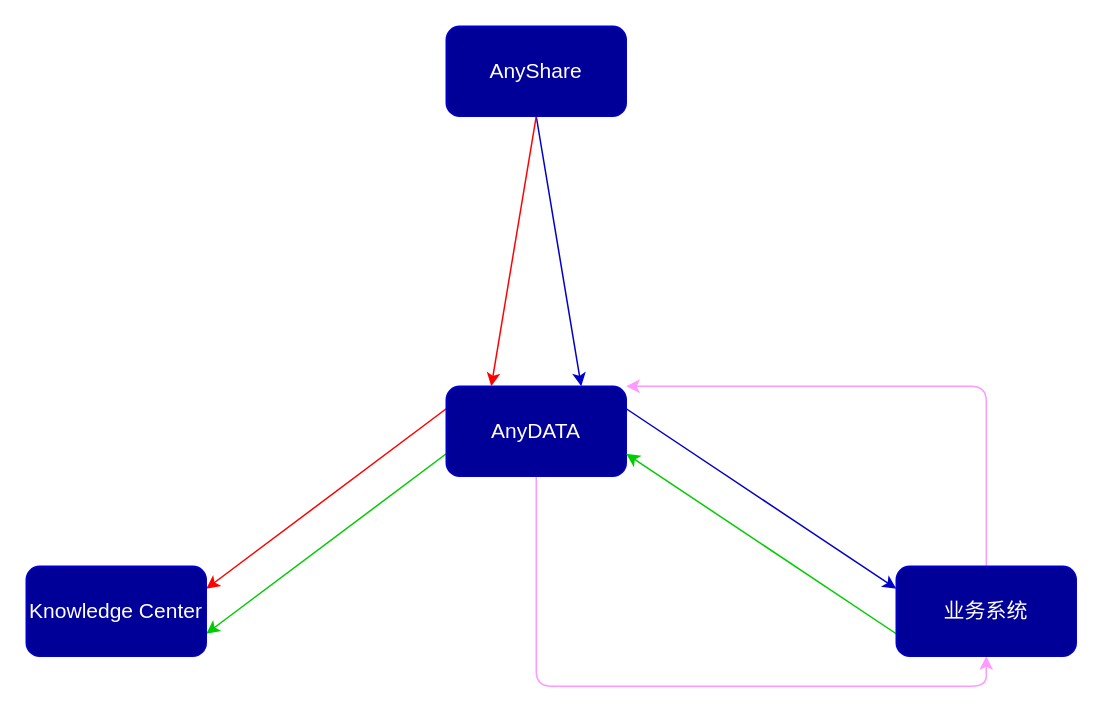
The draw.io diagram 未命名绘图.drawio.xml in Musk-Mxy/Mxy, before the edit. Source tidied: cells renumbered, new cells numbered last; positions are measured from the earlier drawing's top-left corner, leaving out a move shared by most shapes. Both pictures are drawn from the tidied source at 150%, with x=0, y=0 at pixel (26, 26).
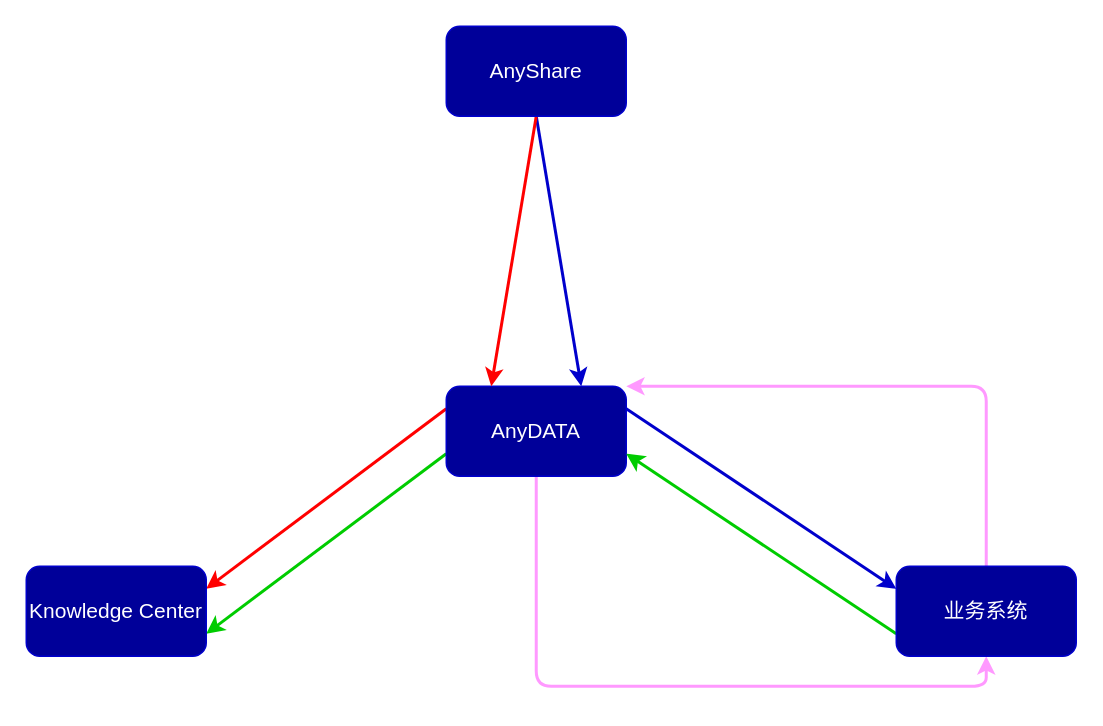
The same diagram, later.

Commit message:
更新未命名绘图.drawio.xml

Change to the diagram source:
```diff
@@
 <mxGraphModel>
   <root>
     <mxCell id="0" />
     <mxCell id="1" parent="0" />
-    <mxCell id="2" style="edgeStyle=none;rounded=1;jettySize=auto;html=1;exitX=0;exitY=0.25;exitDx=0;exitDy=0;entryX=1;entryY=0.25;entryDx=0;entryDy=0;strokeColor=#FF0000;" parent="1" edge="1" source="6" target="10">
+    <mxCell id="2" style="edgeStyle=none;rounded=1;jettySize=auto;html=1;exitX=0;exitY=0.25;exitDx=0;exitDy=0;entryX=1;entryY=0.25;entryDx=0;entryDy=0;strokeColor=#FF0000;strokeWidth=2;" parent="1" edge="1" source="6" target="10">
       <mxGeometry relative="1" as="geometry" />
     </mxCell>
-    <mxCell id="3" style="edgeStyle=none;rounded=1;jettySize=auto;html=1;exitX=1;exitY=0.25;exitDx=0;exitDy=0;entryX=0;entryY=0.25;entryDx=0;entryDy=0;strokeColor=#0000CC;" parent="1" edge="1" source="6" target="13">
+    <mxCell id="3" style="edgeStyle=none;rounded=1;jettySize=auto;html=1;exitX=1;exitY=0.25;exitDx=0;exitDy=0;entryX=0;entryY=0.25;entryDx=0;entryDy=0;strokeColor=#0000CC;strokeWidth=2;" parent="1" edge="1" source="6" target="13">
       <mxGeometry relative="1" as="geometry" />
     </mxCell>
-    <mxCell id="4" style="edgeStyle=none;rounded=1;jettySize=auto;html=1;exitX=0;exitY=0.75;exitDx=0;exitDy=0;entryX=1;entryY=0.75;entryDx=0;entryDy=0;shadow=0;fontSize=14;fontColor=#FFFFFF;strokeColor=#00CC00;strokeWidth=1;" parent="1" edge="1" source="6" target="10">
+    <mxCell id="4" style="edgeStyle=none;rounded=1;jettySize=auto;html=1;exitX=0;exitY=0.75;exitDx=0;exitDy=0;entryX=1;entryY=0.75;entryDx=0;entryDy=0;shadow=0;fontSize=14;fontColor=#FFFFFF;strokeColor=#00CC00;strokeWidth=2;" parent="1" edge="1" source="6" target="10">
       <mxGeometry relative="1" as="geometry" />
     </mxCell>
-    <mxCell id="5" style="edgeStyle=orthogonalEdgeStyle;rounded=1;jettySize=auto;html=1;exitX=0.5;exitY=1;exitDx=0;exitDy=0;entryX=0.5;entryY=1;entryDx=0;entryDy=0;shadow=0;fontSize=14;fontColor=#FFFFFF;strokeColor=#FF99FF;strokeWidth=1;" parent="1" edge="1" source="6" target="13">
+    <mxCell id="5" style="edgeStyle=orthogonalEdgeStyle;rounded=1;jettySize=auto;html=1;exitX=0.5;exitY=1;exitDx=0;exitDy=0;entryX=0.5;entryY=1;entryDx=0;entryDy=0;shadow=0;fontSize=14;fontColor=#FFFFFF;strokeColor=#FF99FF;strokeWidth=2;" parent="1" edge="1" source="6" target="13">
       <mxGeometry relative="1" as="geometry" />
     </mxCell>
     <mxCell id="6" value="AnyDATA" style="rounded=1;whiteSpace=wrap;html=1;strokeColor=#0000CC;fillColor=#000099;fontColor=#FFFFFF;fontSize=14;" parent="1" vertex="1">
       <mxGeometry x="280" y="240" width="120" height="60" as="geometry" />
     </mxCell>
-    <mxCell id="7" style="edgeStyle=none;rounded=1;jettySize=auto;html=1;exitX=0.5;exitY=1;exitDx=0;exitDy=0;entryX=0.75;entryY=0;entryDx=0;entryDy=0;strokeColor=#0000CC;" parent="1" edge="1" source="9" target="6">
+    <mxCell id="7" style="edgeStyle=none;rounded=1;jettySize=auto;html=1;exitX=0.5;exitY=1;exitDx=0;exitDy=0;entryX=0.75;entryY=0;entryDx=0;entryDy=0;strokeColor=#0000CC;strokeWidth=2;" parent="1" edge="1" source="9" target="6">
       <mxGeometry relative="1" as="geometry" />
     </mxCell>
-    <mxCell id="8" style="edgeStyle=none;rounded=1;jettySize=auto;html=1;exitX=0.5;exitY=1;exitDx=0;exitDy=0;entryX=0.25;entryY=0;entryDx=0;entryDy=0;shadow=0;fontSize=14;fontColor=#FFFFFF;strokeColor=#FF0000;strokeWidth=1;" parent="1" edge="1" source="9" target="6">
+    <mxCell id="8" style="edgeStyle=none;rounded=1;jettySize=auto;html=1;exitX=0.5;exitY=1;exitDx=0;exitDy=0;entryX=0.25;entryY=0;entryDx=0;entryDy=0;shadow=0;fontSize=14;fontColor=#FFFFFF;strokeColor=#FF0000;strokeWidth=2;" parent="1" edge="1" source="9" target="6">
       <mxGeometry relative="1" as="geometry" />
     </mxCell>
     <mxCell id="9" value="AnyShare" style="rounded=1;whiteSpace=wrap;html=1;strokeColor=#0000CC;fillColor=#000099;fontColor=#FFFFFF;fontSize=14;" parent="1" vertex="1">
       <mxGeometry x="280" width="120" height="60" as="geometry" />
     </mxCell>
     <mxCell id="10" value="Knowledge Center" style="rounded=1;whiteSpace=wrap;html=1;strokeColor=#0000CC;fillColor=#000099;fontColor=#FFFFFF;fontSize=14;" parent="1" vertex="1">
       <mxGeometry y="360" width="120" height="60" as="geometry" />
     </mxCell>
-    <mxCell id="11" style="edgeStyle=none;rounded=1;jettySize=auto;html=1;exitX=0;exitY=0.75;exitDx=0;exitDy=0;entryX=1;entryY=0.75;entryDx=0;entryDy=0;shadow=0;fontSize=14;fontColor=#FFFFFF;strokeColor=#00CC00;strokeWidth=1;" parent="1" edge="1" source="13" target="6">
+    <mxCell id="11" style="edgeStyle=none;rounded=1;jettySize=auto;html=1;exitX=0;exitY=0.75;exitDx=0;exitDy=0;entryX=1;entryY=0.75;entryDx=0;entryDy=0;shadow=0;fontSize=14;fontColor=#FFFFFF;strokeColor=#00CC00;strokeWidth=2;" parent="1" edge="1" source="13" target="6">
       <mxGeometry relative="1" as="geometry" />
     </mxCell>
-    <mxCell id="12" style="edgeStyle=orthogonalEdgeStyle;rounded=1;jettySize=auto;html=1;exitX=0.5;exitY=0;exitDx=0;exitDy=0;entryX=1;entryY=0;entryDx=0;entryDy=0;shadow=0;fontSize=14;fontColor=#FF99FF;strokeColor=#FF99FF;strokeWidth=1;" parent="1" edge="1" source="13" target="6">
+    <mxCell id="12" style="edgeStyle=orthogonalEdgeStyle;rounded=1;jettySize=auto;html=1;exitX=0.5;exitY=0;exitDx=0;exitDy=0;entryX=1;entryY=0;entryDx=0;entryDy=0;shadow=0;fontSize=14;fontColor=#FF99FF;strokeColor=#FF99FF;strokeWidth=2;" parent="1" edge="1" source="13" target="6">
       <mxGeometry relative="1" as="geometry">
         <Array as="points">
           <mxPoint x="640" y="240" />
         </Array>
       </mxGeometry>
     </mxCell>
     <mxCell id="13" value="业务系统" style="rounded=1;whiteSpace=wrap;html=1;strokeColor=#0000CC;fillColor=#000099;fontColor=#FFFFFF;fontSize=14;" parent="1" vertex="1">
       <mxGeometry x="580" y="360" width="120" height="60" as="geometry" />
     </mxCell>
   </root>
 </mxGraphModel>
```
